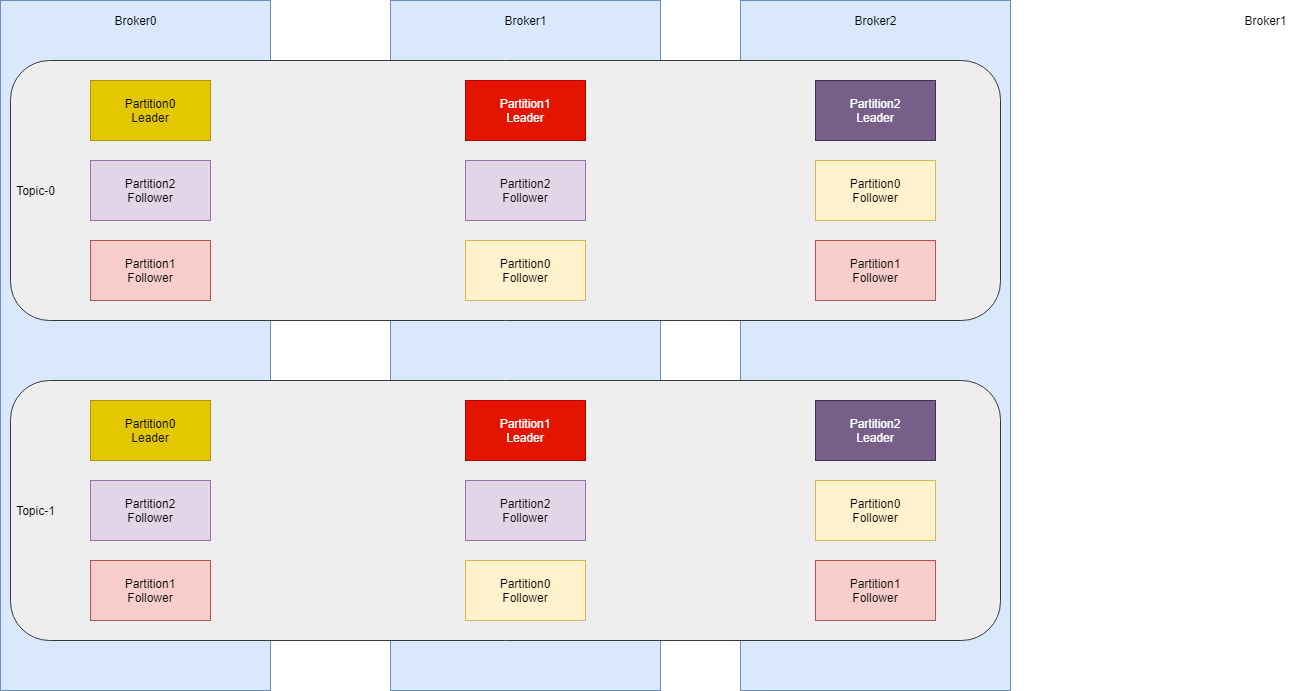
Above: img/kafka-system.png in antonyw/coding-thinking (draw.io), before the change. Source tidied: cells renumbered, new cells last; positions are measured from the earlier drawing's top-left corner, leaving out a move shared by most shapes. Its diagram source:
```xml
<mxGraphModel>
  <root>
    <mxCell id="0" />
    <mxCell id="1" parent="0" />
    <mxCell id="2" style="rounded=0;whiteSpace=wrap;html=1;fillColor=#dae8fc;strokeColor=#6c8ebf;" parent="1" vertex="1">
      <mxGeometry width="270" height="690" as="geometry" />
    </mxCell>
    <mxCell id="3" value="Broker0" style="text;html=1;align=center;verticalAlign=middle;fillColor=none;strokeColor=none;rounded=0;" parent="1" vertex="1">
      <mxGeometry x="105" y="10" width="60" height="20" as="geometry" />
    </mxCell>
    <mxCell id="4" style="rounded=0;whiteSpace=wrap;html=1;fillColor=#dae8fc;strokeColor=#6c8ebf;" parent="1" vertex="1">
      <mxGeometry x="390" width="270" height="690" as="geometry" />
    </mxCell>
    <mxCell id="5" value="Broker1" style="text;html=1;align=center;verticalAlign=middle;fillColor=none;strokeColor=none;rounded=0;" parent="1" vertex="1">
      <mxGeometry x="495" y="10" width="60" height="20" as="geometry" />
    </mxCell>
    <mxCell id="6" style="rounded=0;whiteSpace=wrap;html=1;fillColor=#dae8fc;strokeColor=#6c8ebf;" parent="1" vertex="1">
      <mxGeometry x="740" width="270" height="690" as="geometry" />
    </mxCell>
    <mxCell id="7" value="Broker2" style="text;html=1;align=center;verticalAlign=middle;fillColor=none;strokeColor=none;rounded=0;" parent="1" vertex="1">
      <mxGeometry x="845" y="10" width="60" height="20" as="geometry" />
    </mxCell>
    <mxCell id="8" value="Broker1" style="text;html=1;align=center;verticalAlign=middle;fillColor=none;strokeColor=none;rounded=0;" parent="1" vertex="1">
      <mxGeometry x="1235" y="10" width="60" height="20" as="geometry" />
    </mxCell>
    <mxCell id="9" style="rounded=1;whiteSpace=wrap;html=1;fillColor=#eeeeee;strokeColor=#36393d;" parent="1" vertex="1">
      <mxGeometry x="10" y="60" width="990" height="260" as="geometry" />
    </mxCell>
    <mxCell id="10" value="Topic-0" style="text;html=1;align=center;verticalAlign=middle;fillColor=none;strokeColor=none;rounded=0;" parent="1" vertex="1">
      <mxGeometry x="10" y="180" width="50" height="20" as="geometry" />
    </mxCell>
    <mxCell id="11" value="Partition0&lt;br&gt;Leader" style="rounded=0;whiteSpace=wrap;html=1;fillColor=#e3c800;strokeColor=#B09500;fontColor=#000000;" parent="1" vertex="1">
      <mxGeometry x="90" y="80" width="120" height="60" as="geometry" />
    </mxCell>
    <mxCell id="12" value="Partition2&lt;br&gt;Follower" style="rounded=0;whiteSpace=wrap;html=1;fillColor=#e1d5e7;strokeColor=#9673a6;" parent="1" vertex="1">
      <mxGeometry x="90" y="160" width="120" height="60" as="geometry" />
    </mxCell>
    <mxCell id="13" value="Partition1&lt;br&gt;Leader" style="rounded=0;whiteSpace=wrap;html=1;fillColor=#e51400;strokeColor=#B20000;fontColor=#ffffff;" parent="1" vertex="1">
      <mxGeometry x="465" y="80" width="120" height="60" as="geometry" />
    </mxCell>
    <mxCell id="14" value="Partition2&lt;br&gt;Leader" style="rounded=0;whiteSpace=wrap;html=1;fillColor=#76608a;strokeColor=#432D57;fontColor=#ffffff;" parent="1" vertex="1">
      <mxGeometry x="815" y="80" width="120" height="60" as="geometry" />
    </mxCell>
    <mxCell id="15" value="Partition2&lt;br&gt;Follower" style="rounded=0;whiteSpace=wrap;html=1;fillColor=#e1d5e7;strokeColor=#9673a6;" parent="1" vertex="1">
      <mxGeometry x="465" y="160" width="120" height="60" as="geometry" />
    </mxCell>
    <mxCell id="16" value="Partition1&lt;br&gt;Follower" style="rounded=0;whiteSpace=wrap;html=1;fillColor=#f8cecc;strokeColor=#b85450;" parent="1" vertex="1">
      <mxGeometry x="90" y="240" width="120" height="60" as="geometry" />
    </mxCell>
    <mxCell id="17" value="Partition1&lt;br&gt;Follower" style="rounded=0;whiteSpace=wrap;html=1;fillColor=#f8cecc;strokeColor=#b85450;" parent="1" vertex="1">
      <mxGeometry x="815" y="240" width="120" height="60" as="geometry" />
    </mxCell>
    <mxCell id="18" value="Partition0&lt;br&gt;Follower" style="rounded=0;whiteSpace=wrap;html=1;fillColor=#fff2cc;strokeColor=#d6b656;" parent="1" vertex="1">
      <mxGeometry x="465" y="240" width="120" height="60" as="geometry" />
    </mxCell>
    <mxCell id="19" value="Partition0&lt;br&gt;Follower" style="rounded=0;whiteSpace=wrap;html=1;fillColor=#fff2cc;strokeColor=#d6b656;" parent="1" vertex="1">
      <mxGeometry x="815" y="160" width="120" height="60" as="geometry" />
    </mxCell>
    <mxCell id="20" style="rounded=1;whiteSpace=wrap;html=1;fillColor=#eeeeee;strokeColor=#36393d;" parent="1" vertex="1">
      <mxGeometry x="10" y="380" width="990" height="260" as="geometry" />
    </mxCell>
    <mxCell id="21" value="Topic-1" style="text;html=1;align=center;verticalAlign=middle;fillColor=none;strokeColor=none;rounded=0;" parent="1" vertex="1">
      <mxGeometry x="10" y="500" width="50" height="20" as="geometry" />
    </mxCell>
    <mxCell id="22" value="Partition0&lt;br&gt;Leader" style="rounded=0;whiteSpace=wrap;html=1;fillColor=#e3c800;strokeColor=#B09500;fontColor=#000000;" parent="1" vertex="1">
      <mxGeometry x="90" y="400" width="120" height="60" as="geometry" />
    </mxCell>
    <mxCell id="23" value="Partition2&lt;br&gt;Follower" style="rounded=0;whiteSpace=wrap;html=1;fillColor=#e1d5e7;strokeColor=#9673a6;" parent="1" vertex="1">
      <mxGeometry x="90" y="480" width="120" height="60" as="geometry" />
    </mxCell>
    <mxCell id="24" value="Partition1&lt;br&gt;Leader" style="rounded=0;whiteSpace=wrap;html=1;fillColor=#e51400;strokeColor=#B20000;fontColor=#ffffff;" parent="1" vertex="1">
      <mxGeometry x="465" y="400" width="120" height="60" as="geometry" />
    </mxCell>
    <mxCell id="25" value="Partition2&lt;br&gt;Leader" style="rounded=0;whiteSpace=wrap;html=1;fillColor=#76608a;strokeColor=#432D57;fontColor=#ffffff;" parent="1" vertex="1">
      <mxGeometry x="815" y="400" width="120" height="60" as="geometry" />
    </mxCell>
    <mxCell id="26" value="Partition2&lt;br&gt;Follower" style="rounded=0;whiteSpace=wrap;html=1;fillColor=#e1d5e7;strokeColor=#9673a6;" parent="1" vertex="1">
      <mxGeometry x="465" y="480" width="120" height="60" as="geometry" />
    </mxCell>
    <mxCell id="27" value="Partition1&lt;br&gt;Follower" style="rounded=0;whiteSpace=wrap;html=1;fillColor=#f8cecc;strokeColor=#b85450;" parent="1" vertex="1">
      <mxGeometry x="90" y="560" width="120" height="60" as="geometry" />
    </mxCell>
    <mxCell id="28" value="Partition1&lt;br&gt;Follower" style="rounded=0;whiteSpace=wrap;html=1;fillColor=#f8cecc;strokeColor=#b85450;" parent="1" vertex="1">
      <mxGeometry x="815" y="560" width="120" height="60" as="geometry" />
    </mxCell>
    <mxCell id="29" value="Partition0&lt;br&gt;Follower" style="rounded=0;whiteSpace=wrap;html=1;fillColor=#fff2cc;strokeColor=#d6b656;" parent="1" vertex="1">
      <mxGeometry x="465" y="560" width="120" height="60" as="geometry" />
    </mxCell>
    <mxCell id="30" value="Partition0&lt;br&gt;Follower" style="rounded=0;whiteSpace=wrap;html=1;fillColor=#fff2cc;strokeColor=#d6b656;" parent="1" vertex="1">
      <mxGeometry x="815" y="480" width="120" height="60" as="geometry" />
    </mxCell>
  </root>
</mxGraphModel>
```
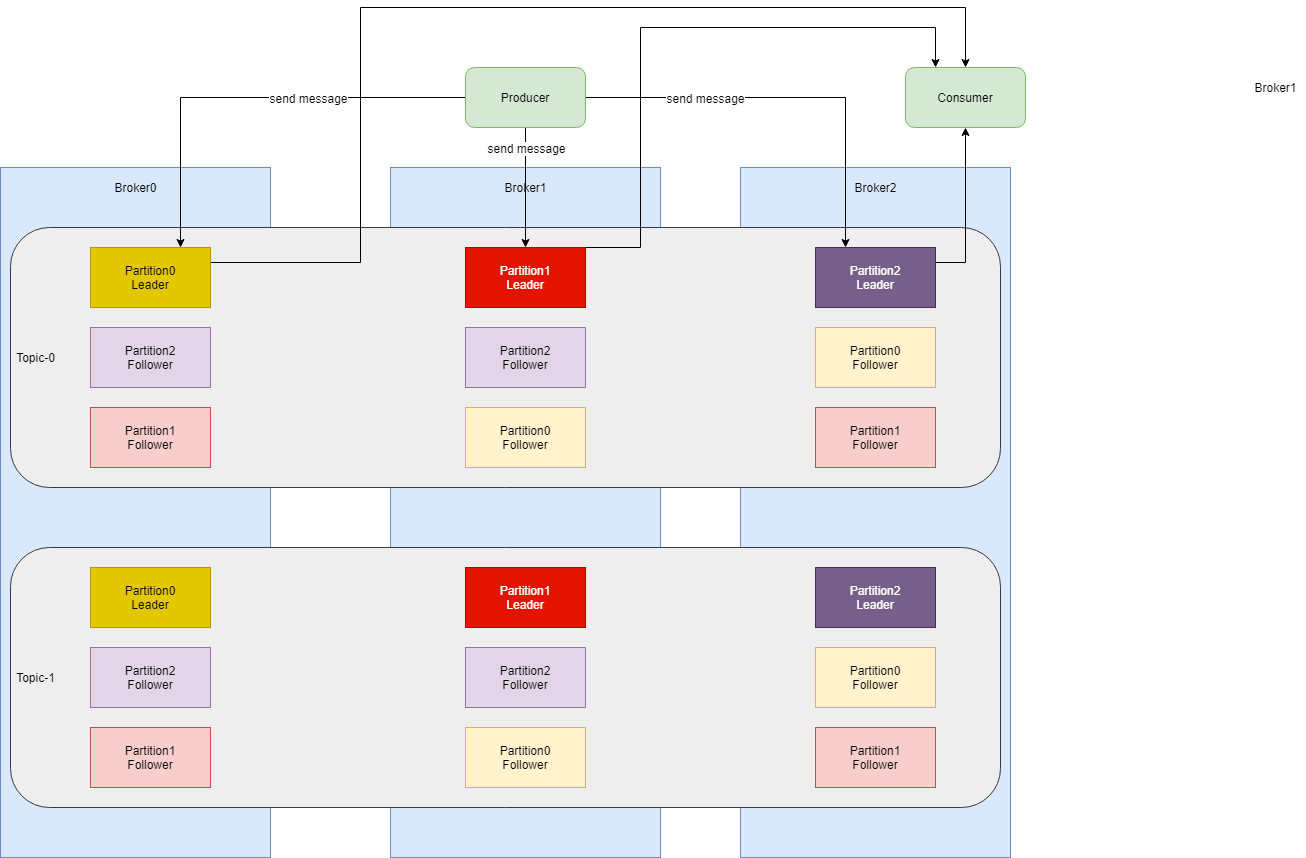
Later version of the same file.

Diff of the diagram source:
```diff
@@ -21,7 +21,7 @@
       <mxGeometry x="845" y="10" width="60" height="20" as="geometry" />
     </mxCell>
     <mxCell id="8" value="Broker1" style="text;html=1;align=center;verticalAlign=middle;fillColor=none;strokeColor=none;rounded=0;" parent="1" vertex="1">
-      <mxGeometry x="1235" y="10" width="60" height="20" as="geometry" />
+      <mxGeometry x="1245" y="-90" width="60" height="20" as="geometry" />
     </mxCell>
     <mxCell id="9" style="rounded=1;whiteSpace=wrap;html=1;fillColor=#eeeeee;strokeColor=#36393d;" parent="1" vertex="1">
       <mxGeometry x="10" y="60" width="990" height="260" as="geometry" />
@@ -29,15 +29,38 @@
     <mxCell id="10" value="Topic-0" style="text;html=1;align=center;verticalAlign=middle;fillColor=none;strokeColor=none;rounded=0;" parent="1" vertex="1">
       <mxGeometry x="10" y="180" width="50" height="20" as="geometry" />
     </mxCell>
+    <mxCell id="31" style="edgeStyle=orthogonalEdgeStyle;rounded=0;jettySize=auto;html=1;exitX=1;exitY=0.25;exitDx=0;exitDy=0;entryX=0.5;entryY=0;entryDx=0;entryDy=0;" parent="1" edge="1" source="11" target="41">
+      <mxGeometry relative="1" as="geometry">
+        <Array as="points">
+          <mxPoint x="360" y="95" />
+          <mxPoint x="360" y="-160" />
+          <mxPoint x="965" y="-160" />
+        </Array>
+      </mxGeometry>
+    </mxCell>
     <mxCell id="11" value="Partition0&lt;br&gt;Leader" style="rounded=0;whiteSpace=wrap;html=1;fillColor=#e3c800;strokeColor=#B09500;fontColor=#000000;" parent="1" vertex="1">
       <mxGeometry x="90" y="80" width="120" height="60" as="geometry" />
     </mxCell>
     <mxCell id="12" value="Partition2&lt;br&gt;Follower" style="rounded=0;whiteSpace=wrap;html=1;fillColor=#e1d5e7;strokeColor=#9673a6;" parent="1" vertex="1">
       <mxGeometry x="90" y="160" width="120" height="60" as="geometry" />
     </mxCell>
+    <mxCell id="32" style="edgeStyle=orthogonalEdgeStyle;rounded=0;jettySize=auto;html=1;entryX=0.25;entryY=0;entryDx=0;entryDy=0;exitX=1;exitY=0;exitDx=0;exitDy=0;" parent="1" edge="1" source="13" target="41">
+      <mxGeometry relative="1" as="geometry">
+        <Array as="points">
+          <mxPoint x="640" y="80" />
+          <mxPoint x="640" y="-140" />
+          <mxPoint x="935" y="-140" />
+        </Array>
+      </mxGeometry>
+    </mxCell>
     <mxCell id="13" value="Partition1&lt;br&gt;Leader" style="rounded=0;whiteSpace=wrap;html=1;fillColor=#e51400;strokeColor=#B20000;fontColor=#ffffff;" parent="1" vertex="1">
       <mxGeometry x="465" y="80" width="120" height="60" as="geometry" />
     </mxCell>
+    <mxCell id="33" style="edgeStyle=orthogonalEdgeStyle;rounded=0;jettySize=auto;html=1;exitX=1;exitY=0.25;exitDx=0;exitDy=0;" parent="1" edge="1" source="14">
+      <mxGeometry relative="1" as="geometry">
+        <mxPoint x="965" y="-40" as="targetPoint" />
+      </mxGeometry>
+    </mxCell>
     <mxCell id="14" value="Partition2&lt;br&gt;Leader" style="rounded=0;whiteSpace=wrap;html=1;fillColor=#76608a;strokeColor=#432D57;fontColor=#ffffff;" parent="1" vertex="1">
       <mxGeometry x="815" y="80" width="120" height="60" as="geometry" />
     </mxCell>
@@ -89,5 +112,35 @@
     <mxCell id="30" value="Partition0&lt;br&gt;Follower" style="rounded=0;whiteSpace=wrap;html=1;fillColor=#fff2cc;strokeColor=#d6b656;" parent="1" vertex="1">
       <mxGeometry x="815" y="480" width="120" height="60" as="geometry" />
     </mxCell>
+    <mxCell id="34" style="edgeStyle=orthogonalEdgeStyle;rounded=0;jettySize=auto;html=1;entryX=0.75;entryY=0;entryDx=0;entryDy=0;" parent="1" edge="1" source="39" target="11">
+      <mxGeometry relative="1" as="geometry" />
+    </mxCell>
+    <mxCell id="35" value="send message" style="edgeLabel;html=1;align=center;verticalAlign=middle;" parent="34" vertex="1">
+      <mxGeometry x="-0.28" y="-4" relative="1" as="geometry">
+        <mxPoint y="4" as="offset" />
+      </mxGeometry>
+    </mxCell>
+    <mxCell id="36" style="edgeStyle=orthogonalEdgeStyle;rounded=0;jettySize=auto;html=1;" parent="1" edge="1" source="39">
+      <mxGeometry relative="1" as="geometry">
+        <mxPoint x="525" y="80" as="targetPoint" />
+      </mxGeometry>
+    </mxCell>
+    <mxCell id="37" style="edgeStyle=orthogonalEdgeStyle;rounded=0;jettySize=auto;html=1;exitX=1;exitY=0.5;exitDx=0;exitDy=0;entryX=0.25;entryY=0;entryDx=0;entryDy=0;" parent="1" edge="1" source="39" target="14">
+      <mxGeometry relative="1" as="geometry" />
+    </mxCell>
+    <mxCell id="38" value="send message" style="edgeLabel;html=1;align=center;verticalAlign=middle;" parent="37" vertex="1">
+      <mxGeometry x="-0.42" y="-4" relative="1" as="geometry">
+        <mxPoint y="-4" as="offset" />
+      </mxGeometry>
+    </mxCell>
+    <mxCell id="39" value="Producer" style="rounded=1;whiteSpace=wrap;html=1;fillColor=#d5e8d4;strokeColor=#82b366;" parent="1" vertex="1">
+      <mxGeometry x="465" y="-100" width="120" height="60" as="geometry" />
+    </mxCell>
+    <mxCell id="40" value="send message" style="edgeLabel;html=1;align=center;verticalAlign=middle;" parent="1" vertex="1">
+      <mxGeometry x="525" y="-20" as="geometry" />
+    </mxCell>
+    <mxCell id="41" value="Consumer" style="rounded=1;whiteSpace=wrap;html=1;fillColor=#d5e8d4;strokeColor=#82b366;" parent="1" vertex="1">
+      <mxGeometry x="905" y="-100" width="120" height="60" as="geometry" />
+    </mxCell>
   </root>
 </mxGraphModel>
```
